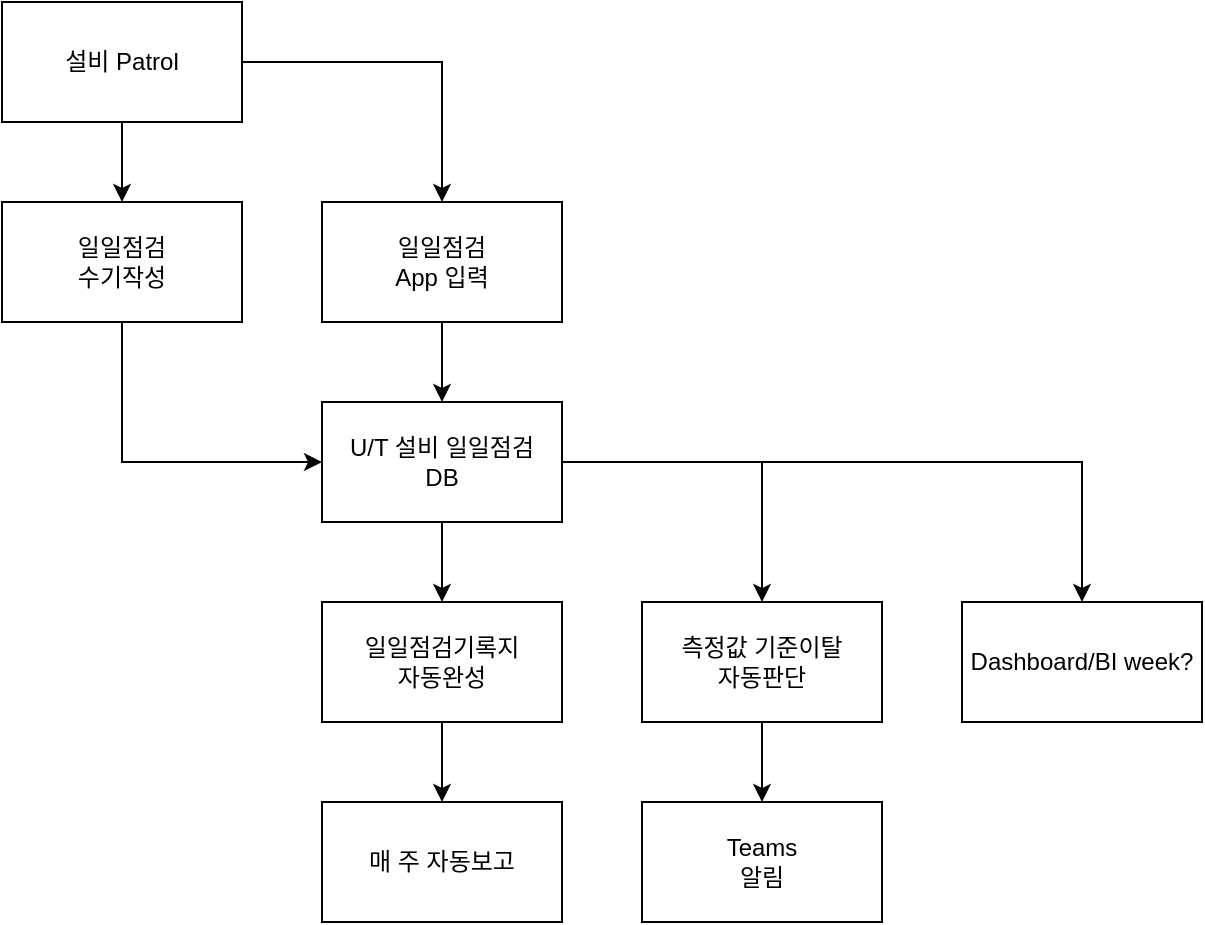
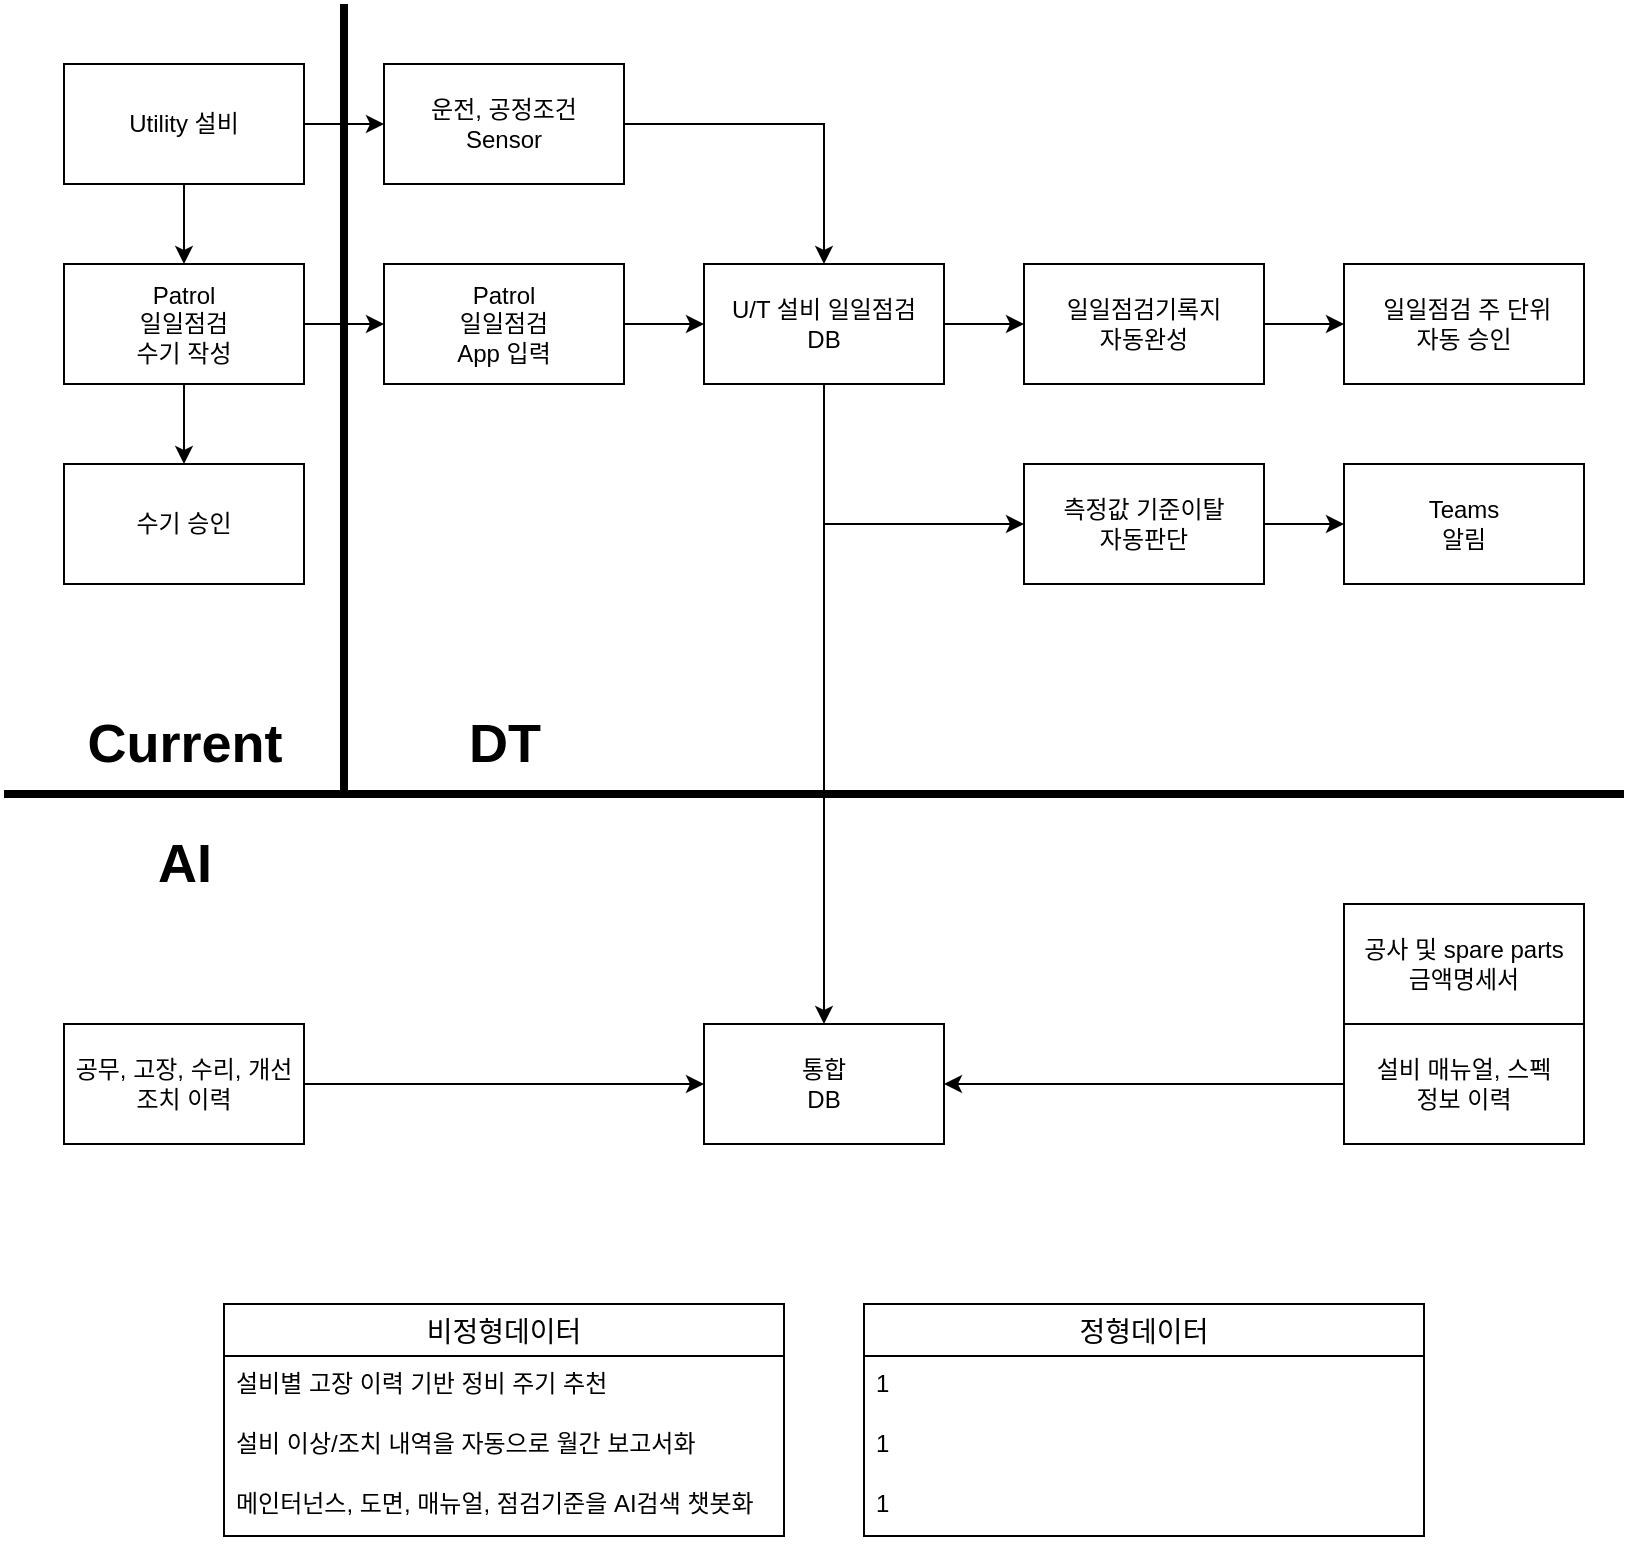
<mxfile host="app.diagrams.net">
  <diagram name="페이지-1" id="hbBFH2q6SMxpF5RrVt0E">
-     <mxGraphModel dx="1654" dy="878" grid="1" gridSize="10" guides="1" tooltips="1" connect="1" arrows="1" fold="1" page="1" pageScale="1" pageWidth="827" pageHeight="1169" math="0" shadow="0">
+     <mxGraphModel dx="1480" dy="785" grid="1" gridSize="10" guides="1" tooltips="1" connect="1" arrows="1" fold="1" page="1" pageScale="1" pageWidth="827" pageHeight="1169" math="0" shadow="0">
      <root>
        <mxCell id="0" />
        <mxCell id="1" parent="0" />
        <mxCell id="LuqUdq8O4Gbn-uUz58nK-20" edge="1" parent="1" source="LuqUdq8O4Gbn-uUz58nK-10" style="edgeStyle=orthogonalEdgeStyle;rounded=0;orthogonalLoop=1;jettySize=auto;html=1;entryX=0.5;entryY=0;entryDx=0;entryDy=0;" target="LuqUdq8O4Gbn-uUz58nK-11">
          <mxGeometry relative="1" as="geometry" />
        </mxCell>
-         <mxCell id="LuqUdq8O4Gbn-uUz58nK-22" edge="1" parent="1" source="LuqUdq8O4Gbn-uUz58nK-10" style="edgeStyle=orthogonalEdgeStyle;rounded=0;orthogonalLoop=1;jettySize=auto;html=1;" target="LuqUdq8O4Gbn-uUz58nK-12">
+         <mxCell id="pjKC8Um86zf5dZzwFzlR-47" edge="1" parent="1" source="LuqUdq8O4Gbn-uUz58nK-10" style="edgeStyle=orthogonalEdgeStyle;rounded=0;orthogonalLoop=1;jettySize=auto;html=1;" target="pjKC8Um86zf5dZzwFzlR-46">
          <mxGeometry relative="1" as="geometry" />
        </mxCell>
-         <mxCell id="LuqUdq8O4Gbn-uUz58nK-10" parent="1" style="rounded=0;whiteSpace=wrap;html=1;" value="설비 Patrol" vertex="1">
+         <mxCell id="LuqUdq8O4Gbn-uUz58nK-10" parent="1" style="rounded=0;whiteSpace=wrap;html=1;" value="Utility 설비" vertex="1">
          <mxGeometry height="60" width="120" x="40" y="40" as="geometry" />
        </mxCell>
-         <mxCell id="LuqUdq8O4Gbn-uUz58nK-23" edge="1" parent="1" source="LuqUdq8O4Gbn-uUz58nK-11" style="edgeStyle=orthogonalEdgeStyle;rounded=0;orthogonalLoop=1;jettySize=auto;html=1;entryX=0;entryY=0.5;entryDx=0;entryDy=0;" target="LuqUdq8O4Gbn-uUz58nK-13">
-           <mxGeometry relative="1" as="geometry">
-             <Array as="points">
-               <mxPoint x="100" y="270" />
-             </Array>
-           </mxGeometry>
+         <mxCell id="pjKC8Um86zf5dZzwFzlR-3" edge="1" parent="1" source="LuqUdq8O4Gbn-uUz58nK-11" style="edgeStyle=orthogonalEdgeStyle;rounded=0;orthogonalLoop=1;jettySize=auto;html=1;entryX=0;entryY=0.5;entryDx=0;entryDy=0;" target="LuqUdq8O4Gbn-uUz58nK-12">
+           <mxGeometry relative="1" as="geometry" />
        </mxCell>
-         <mxCell id="LuqUdq8O4Gbn-uUz58nK-11" parent="1" style="rounded=0;whiteSpace=wrap;html=1;" value="일일점검&lt;br&gt;수기작성" vertex="1">
+         <mxCell id="pjKC8Um86zf5dZzwFzlR-11" edge="1" parent="1" source="LuqUdq8O4Gbn-uUz58nK-11" style="edgeStyle=orthogonalEdgeStyle;rounded=0;orthogonalLoop=1;jettySize=auto;html=1;entryX=0.5;entryY=0;entryDx=0;entryDy=0;" target="pjKC8Um86zf5dZzwFzlR-10">
+           <mxGeometry relative="1" as="geometry" />
+         </mxCell>
+         <mxCell id="LuqUdq8O4Gbn-uUz58nK-11" parent="1" style="rounded=0;whiteSpace=wrap;html=1;" value="Patrol&lt;div&gt;일일점검&lt;br&gt;수기 작성&lt;/div&gt;" vertex="1">
          <mxGeometry height="60" width="120" x="40" y="140" as="geometry" />
        </mxCell>
-         <mxCell id="LuqUdq8O4Gbn-uUz58nK-24" edge="1" parent="1" source="LuqUdq8O4Gbn-uUz58nK-12" style="edgeStyle=orthogonalEdgeStyle;rounded=0;orthogonalLoop=1;jettySize=auto;html=1;entryX=0.5;entryY=0;entryDx=0;entryDy=0;" target="LuqUdq8O4Gbn-uUz58nK-13">
+         <mxCell id="pjKC8Um86zf5dZzwFzlR-4" edge="1" parent="1" source="LuqUdq8O4Gbn-uUz58nK-12" style="edgeStyle=orthogonalEdgeStyle;rounded=0;orthogonalLoop=1;jettySize=auto;html=1;entryX=0;entryY=0.5;entryDx=0;entryDy=0;" target="LuqUdq8O4Gbn-uUz58nK-13">
          <mxGeometry relative="1" as="geometry" />
        </mxCell>
-         <mxCell id="LuqUdq8O4Gbn-uUz58nK-12" parent="1" style="rounded=0;whiteSpace=wrap;html=1;" value="일일점검&lt;br&gt;App 입력" vertex="1">
+         <mxCell id="LuqUdq8O4Gbn-uUz58nK-12" parent="1" style="rounded=0;whiteSpace=wrap;html=1;" value="Patrol&lt;div&gt;일일점검&lt;br&gt;App 입력&lt;/div&gt;" vertex="1">
          <mxGeometry height="60" width="120" x="200" y="140" as="geometry" />
        </mxCell>
-         <mxCell id="LuqUdq8O4Gbn-uUz58nK-25" edge="1" parent="1" source="LuqUdq8O4Gbn-uUz58nK-13" style="edgeStyle=orthogonalEdgeStyle;rounded=0;orthogonalLoop=1;jettySize=auto;html=1;exitX=0.5;exitY=1;exitDx=0;exitDy=0;entryX=0.5;entryY=0;entryDx=0;entryDy=0;" target="LuqUdq8O4Gbn-uUz58nK-15">
+         <mxCell id="pjKC8Um86zf5dZzwFzlR-5" edge="1" parent="1" source="LuqUdq8O4Gbn-uUz58nK-13" style="edgeStyle=orthogonalEdgeStyle;rounded=0;orthogonalLoop=1;jettySize=auto;html=1;entryX=0;entryY=0.5;entryDx=0;entryDy=0;" target="LuqUdq8O4Gbn-uUz58nK-15">
          <mxGeometry relative="1" as="geometry" />
        </mxCell>
-         <mxCell id="LuqUdq8O4Gbn-uUz58nK-26" edge="1" parent="1" source="LuqUdq8O4Gbn-uUz58nK-13" style="edgeStyle=orthogonalEdgeStyle;rounded=0;orthogonalLoop=1;jettySize=auto;html=1;entryX=0.5;entryY=0;entryDx=0;entryDy=0;" target="LuqUdq8O4Gbn-uUz58nK-16">
-           <mxGeometry relative="1" as="geometry">
-             <mxPoint x="410" y="270" as="targetPoint" />
-           </mxGeometry>
-         </mxCell>
-         <mxCell id="LuqUdq8O4Gbn-uUz58nK-28" edge="1" parent="1" source="LuqUdq8O4Gbn-uUz58nK-13" style="edgeStyle=orthogonalEdgeStyle;rounded=0;orthogonalLoop=1;jettySize=auto;html=1;entryX=0.5;entryY=0;entryDx=0;entryDy=0;" target="LuqUdq8O4Gbn-uUz58nK-17">
-           <mxGeometry relative="1" as="geometry">
-             <mxPoint x="580" y="270" as="targetPoint" />
-           </mxGeometry>
+         <mxCell id="pjKC8Um86zf5dZzwFzlR-22" edge="1" parent="1" source="LuqUdq8O4Gbn-uUz58nK-13" style="edgeStyle=orthogonalEdgeStyle;rounded=0;orthogonalLoop=1;jettySize=auto;html=1;" target="pjKC8Um86zf5dZzwFzlR-21">
+           <mxGeometry relative="1" as="geometry" />
        </mxCell>
        <mxCell id="LuqUdq8O4Gbn-uUz58nK-13" parent="1" style="rounded=0;whiteSpace=wrap;html=1;" value="U/T 설비 일일점검&lt;div&gt;DB&lt;/div&gt;" vertex="1">
-           <mxGeometry height="60" width="120" x="200" y="240" as="geometry" />
+           <mxGeometry height="60" width="120" x="360" y="140" as="geometry" />
        </mxCell>
-         <mxCell id="LuqUdq8O4Gbn-uUz58nK-29" edge="1" parent="1" source="LuqUdq8O4Gbn-uUz58nK-15" style="edgeStyle=orthogonalEdgeStyle;rounded=0;orthogonalLoop=1;jettySize=auto;html=1;entryX=0.5;entryY=0;entryDx=0;entryDy=0;" target="LuqUdq8O4Gbn-uUz58nK-19">
+         <mxCell id="pjKC8Um86zf5dZzwFzlR-6" edge="1" parent="1" source="LuqUdq8O4Gbn-uUz58nK-15" style="edgeStyle=orthogonalEdgeStyle;rounded=0;orthogonalLoop=1;jettySize=auto;html=1;entryX=0;entryY=0.5;entryDx=0;entryDy=0;" target="LuqUdq8O4Gbn-uUz58nK-19">
          <mxGeometry relative="1" as="geometry" />
        </mxCell>
        <mxCell id="LuqUdq8O4Gbn-uUz58nK-15" parent="1" style="rounded=0;whiteSpace=wrap;html=1;" value="일일점검기록지&lt;br&gt;자동완성" vertex="1">
-           <mxGeometry height="60" width="120" x="200" y="340" as="geometry" />
+           <mxGeometry height="60" width="120" x="520" y="140" as="geometry" />
        </mxCell>
-         <mxCell id="LuqUdq8O4Gbn-uUz58nK-30" edge="1" parent="1" source="LuqUdq8O4Gbn-uUz58nK-16" style="edgeStyle=orthogonalEdgeStyle;rounded=0;orthogonalLoop=1;jettySize=auto;html=1;entryX=0.5;entryY=0;entryDx=0;entryDy=0;" target="LuqUdq8O4Gbn-uUz58nK-18">
+         <mxCell id="pjKC8Um86zf5dZzwFzlR-8" edge="1" parent="1" source="LuqUdq8O4Gbn-uUz58nK-16" style="edgeStyle=orthogonalEdgeStyle;rounded=0;orthogonalLoop=1;jettySize=auto;html=1;" target="LuqUdq8O4Gbn-uUz58nK-18">
          <mxGeometry relative="1" as="geometry" />
        </mxCell>
+         <mxCell id="pjKC8Um86zf5dZzwFzlR-42" edge="1" parent="1" source="LuqUdq8O4Gbn-uUz58nK-16" style="edgeStyle=orthogonalEdgeStyle;rounded=0;orthogonalLoop=1;jettySize=auto;html=1;endArrow=none;endFill=0;startArrow=classic;startFill=1;">
+           <mxGeometry relative="1" as="geometry">
+             <mxPoint x="420" y="270" as="targetPoint" />
+           </mxGeometry>
+         </mxCell>
        <mxCell id="LuqUdq8O4Gbn-uUz58nK-16" parent="1" style="rounded=0;whiteSpace=wrap;html=1;" value="측정값 기준이탈&lt;div&gt;자동판단&lt;/div&gt;" vertex="1">
-           <mxGeometry height="60" width="120" x="360" y="340" as="geometry" />
-         </mxCell>
-         <mxCell id="LuqUdq8O4Gbn-uUz58nK-17" parent="1" style="rounded=0;whiteSpace=wrap;html=1;" value="Dashboard/BI week?" vertex="1">
-           <mxGeometry height="60" width="120" x="520" y="340" as="geometry" />
+           <mxGeometry height="60" width="120" x="520" y="240" as="geometry" />
        </mxCell>
        <mxCell id="LuqUdq8O4Gbn-uUz58nK-18" parent="1" style="rounded=0;whiteSpace=wrap;html=1;" value="Teams&lt;div&gt;알림&lt;/div&gt;" vertex="1">
-           <mxGeometry height="60" width="120" x="360" y="440" as="geometry" />
+           <mxGeometry height="60" width="120" x="680" y="240" as="geometry" />
        </mxCell>
-         <mxCell id="LuqUdq8O4Gbn-uUz58nK-19" parent="1" style="rounded=0;whiteSpace=wrap;html=1;" value="매 주 자동보고" vertex="1">
-           <mxGeometry height="60" width="120" x="200" y="440" as="geometry" />
+         <mxCell id="LuqUdq8O4Gbn-uUz58nK-19" parent="1" style="rounded=0;whiteSpace=wrap;html=1;" value="&amp;nbsp;일일점검 주 단위&lt;div&gt;자동 승인&lt;/div&gt;" vertex="1">
+           <mxGeometry height="60" width="120" x="680" y="140" as="geometry" />
+         </mxCell>
+         <mxCell id="pjKC8Um86zf5dZzwFzlR-10" parent="1" style="rounded=0;whiteSpace=wrap;html=1;" value="수기 승인" vertex="1">
+           <mxGeometry height="60" width="120" x="40" y="240" as="geometry" />
+         </mxCell>
+         <mxCell id="pjKC8Um86zf5dZzwFzlR-16" parent="1" style="line;strokeWidth=4;html=1;perimeter=backbonePerimeter;points=[];outlineConnect=0;" value="" vertex="1">
+           <mxGeometry height="10" width="810" x="10" y="400" as="geometry" />
+         </mxCell>
+         <mxCell id="pjKC8Um86zf5dZzwFzlR-17" parent="1" style="line;strokeWidth=4;direction=south;html=1;perimeter=backbonePerimeter;points=[];outlineConnect=0;" value="" vertex="1">
+           <mxGeometry height="395" width="10" x="175" y="10" as="geometry" />
+         </mxCell>
+         <mxCell id="pjKC8Um86zf5dZzwFzlR-18" parent="1" style="text;strokeColor=none;fillColor=none;html=1;fontSize=27;fontStyle=1;verticalAlign=middle;align=center;autosizeText=1;" value="Current" vertex="1">
+           <mxGeometry height="40" width="160" x="20" y="360" as="geometry" />
+         </mxCell>
+         <mxCell id="pjKC8Um86zf5dZzwFzlR-19" parent="1" style="text;strokeColor=none;fillColor=none;html=1;fontSize=27;fontStyle=1;verticalAlign=middle;align=center;autosizeText=1;" value="DT" vertex="1">
+           <mxGeometry height="40" width="160" x="180" y="360" as="geometry" />
+         </mxCell>
+         <mxCell id="pjKC8Um86zf5dZzwFzlR-20" parent="1" style="text;strokeColor=none;fillColor=none;html=1;fontSize=27;fontStyle=1;verticalAlign=middle;align=center;autosizeText=1;" value="AI" vertex="1">
+           <mxGeometry height="40" width="160" x="20" y="420" as="geometry" />
+         </mxCell>
+         <mxCell id="pjKC8Um86zf5dZzwFzlR-21" parent="1" style="rounded=0;whiteSpace=wrap;html=1;" value="통합&lt;br&gt;&lt;div&gt;DB&lt;/div&gt;" vertex="1">
+           <mxGeometry height="60" width="120" x="360" y="520" as="geometry" />
+         </mxCell>
+         <mxCell id="pjKC8Um86zf5dZzwFzlR-40" edge="1" parent="1" source="pjKC8Um86zf5dZzwFzlR-23" style="edgeStyle=orthogonalEdgeStyle;rounded=0;orthogonalLoop=1;jettySize=auto;html=1;entryX=1;entryY=0.5;entryDx=0;entryDy=0;" target="pjKC8Um86zf5dZzwFzlR-21">
+           <mxGeometry relative="1" as="geometry" />
+         </mxCell>
+         <mxCell id="pjKC8Um86zf5dZzwFzlR-23" parent="1" style="rounded=0;whiteSpace=wrap;html=1;" value="설비 매뉴얼, 스펙&lt;div&gt;정보 이력&lt;/div&gt;" vertex="1">
+           <mxGeometry height="60" width="120" x="680" y="520" as="geometry" />
+         </mxCell>
+         <mxCell id="pjKC8Um86zf5dZzwFzlR-24" parent="1" style="rounded=0;whiteSpace=wrap;html=1;" value="공사 및 spare parts&lt;br&gt;&lt;div&gt;금액명세서&lt;/div&gt;" vertex="1">
+           <mxGeometry height="60" width="120" x="680" y="460" as="geometry" />
+         </mxCell>
+         <mxCell id="pjKC8Um86zf5dZzwFzlR-39" edge="1" parent="1" source="pjKC8Um86zf5dZzwFzlR-27" style="edgeStyle=orthogonalEdgeStyle;rounded=0;orthogonalLoop=1;jettySize=auto;html=1;entryX=0;entryY=0.5;entryDx=0;entryDy=0;" target="pjKC8Um86zf5dZzwFzlR-21">
+           <mxGeometry relative="1" as="geometry" />
+         </mxCell>
+         <mxCell id="pjKC8Um86zf5dZzwFzlR-27" parent="1" style="rounded=0;whiteSpace=wrap;html=1;" value="공무, 고장, 수리, 개선&lt;div&gt;조치 이력&lt;/div&gt;" vertex="1">
+           <mxGeometry height="60" width="120" x="40" y="520" as="geometry" />
+         </mxCell>
+         <mxCell id="pjKC8Um86zf5dZzwFzlR-48" edge="1" parent="1" source="pjKC8Um86zf5dZzwFzlR-46" style="edgeStyle=orthogonalEdgeStyle;rounded=0;orthogonalLoop=1;jettySize=auto;html=1;entryX=0.5;entryY=0;entryDx=0;entryDy=0;" target="LuqUdq8O4Gbn-uUz58nK-13">
+           <mxGeometry relative="1" as="geometry">
+             <mxPoint x="420" y="70" as="targetPoint" />
+           </mxGeometry>
+         </mxCell>
+         <mxCell id="pjKC8Um86zf5dZzwFzlR-46" parent="1" style="rounded=0;whiteSpace=wrap;html=1;" value="운전, 공정조건&lt;div&gt;Sensor&lt;/div&gt;" vertex="1">
+           <mxGeometry height="60" width="120" x="200" y="40" as="geometry" />
+         </mxCell>
+         <mxCell id="pjKC8Um86zf5dZzwFzlR-50" parent="1" style="swimlane;fontStyle=0;childLayout=stackLayout;horizontal=1;startSize=26;horizontalStack=0;resizeParent=1;resizeParentMax=0;resizeLast=0;collapsible=1;marginBottom=0;align=center;fontSize=14;" value="비정형데이터" vertex="1">
+           <mxGeometry height="116" width="280" x="120" y="660" as="geometry" />
+         </mxCell>
+         <mxCell id="pjKC8Um86zf5dZzwFzlR-51" parent="pjKC8Um86zf5dZzwFzlR-50" style="text;strokeColor=none;fillColor=none;spacingLeft=4;spacingRight=4;overflow=hidden;rotatable=0;points=[[0,0.5],[1,0.5]];portConstraint=eastwest;fontSize=12;whiteSpace=wrap;html=1;" value="설비별 고장 이력 기반 정비 주기 추천" vertex="1">
+           <mxGeometry height="30" width="280" y="26" as="geometry" />
+         </mxCell>
+         <mxCell id="pjKC8Um86zf5dZzwFzlR-52" parent="pjKC8Um86zf5dZzwFzlR-50" style="text;strokeColor=none;fillColor=none;spacingLeft=4;spacingRight=4;overflow=hidden;rotatable=0;points=[[0,0.5],[1,0.5]];portConstraint=eastwest;fontSize=12;whiteSpace=wrap;html=1;" value="설비 이상/조치 내역을 자동으로 월간 보고서화" vertex="1">
+           <mxGeometry height="30" width="280" y="56" as="geometry" />
+         </mxCell>
+         <mxCell id="pjKC8Um86zf5dZzwFzlR-53" parent="pjKC8Um86zf5dZzwFzlR-50" style="text;strokeColor=none;fillColor=none;spacingLeft=4;spacingRight=4;overflow=hidden;rotatable=0;points=[[0,0.5],[1,0.5]];portConstraint=eastwest;fontSize=12;whiteSpace=wrap;html=1;" value="메인터넌스, 도면, 매뉴얼, 점검기준을 AI검색 챗봇화" vertex="1">
+           <mxGeometry height="30" width="280" y="86" as="geometry" />
+         </mxCell>
+         <mxCell id="pjKC8Um86zf5dZzwFzlR-56" parent="1" style="swimlane;fontStyle=0;childLayout=stackLayout;horizontal=1;startSize=26;horizontalStack=0;resizeParent=1;resizeParentMax=0;resizeLast=0;collapsible=1;marginBottom=0;align=center;fontSize=14;" value="정형데이터" vertex="1">
+           <mxGeometry height="116" width="280" x="440" y="660" as="geometry" />
+         </mxCell>
+         <mxCell id="pjKC8Um86zf5dZzwFzlR-57" parent="pjKC8Um86zf5dZzwFzlR-56" style="text;strokeColor=none;fillColor=none;spacingLeft=4;spacingRight=4;overflow=hidden;rotatable=0;points=[[0,0.5],[1,0.5]];portConstraint=eastwest;fontSize=12;whiteSpace=wrap;html=1;" value="1" vertex="1">
+           <mxGeometry height="30" width="280" y="26" as="geometry" />
+         </mxCell>
+         <mxCell id="pjKC8Um86zf5dZzwFzlR-58" parent="pjKC8Um86zf5dZzwFzlR-56" style="text;strokeColor=none;fillColor=none;spacingLeft=4;spacingRight=4;overflow=hidden;rotatable=0;points=[[0,0.5],[1,0.5]];portConstraint=eastwest;fontSize=12;whiteSpace=wrap;html=1;" value="1" vertex="1">
+           <mxGeometry height="30" width="280" y="56" as="geometry" />
+         </mxCell>
+         <mxCell id="pjKC8Um86zf5dZzwFzlR-59" parent="pjKC8Um86zf5dZzwFzlR-56" style="text;strokeColor=none;fillColor=none;spacingLeft=4;spacingRight=4;overflow=hidden;rotatable=0;points=[[0,0.5],[1,0.5]];portConstraint=eastwest;fontSize=12;whiteSpace=wrap;html=1;" value="1" vertex="1">
+           <mxGeometry height="30" width="280" y="86" as="geometry" />
        </mxCell>
      </root>
    </mxGraphModel>
  </diagram>
</mxfile>
